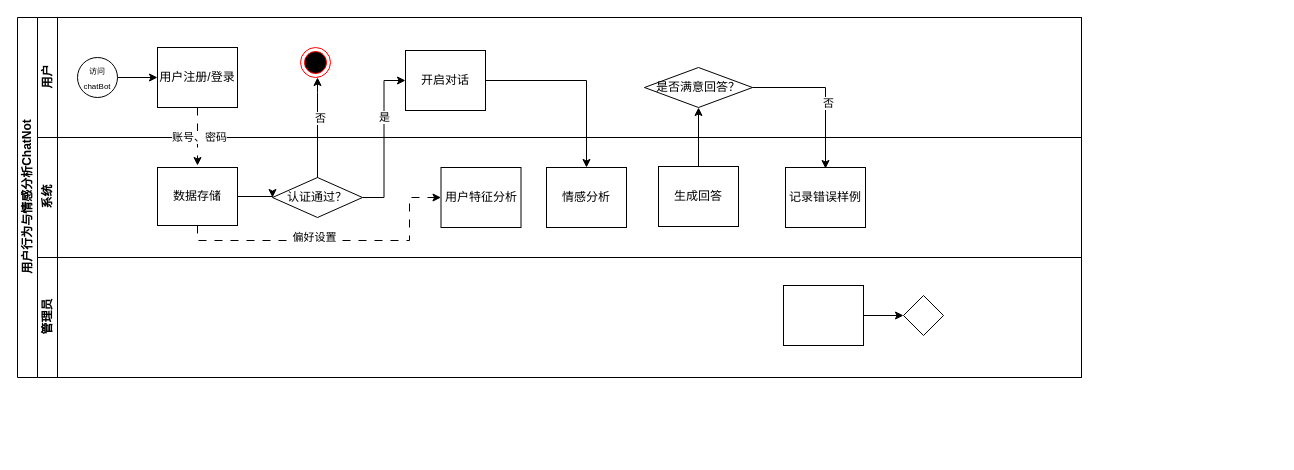
Before: 未命名绘图.drawio in ndsoi/miniprograms, a draw.io diagram. Source tidied: cells renumbered, new cells numbered last; positions are measured from the earlier drawing's top-left corner, leaving out a move shared by most shapes. Both pictures are drawn from the tidied source at 100%, with x=0, y=0 at pixel (17, 17).
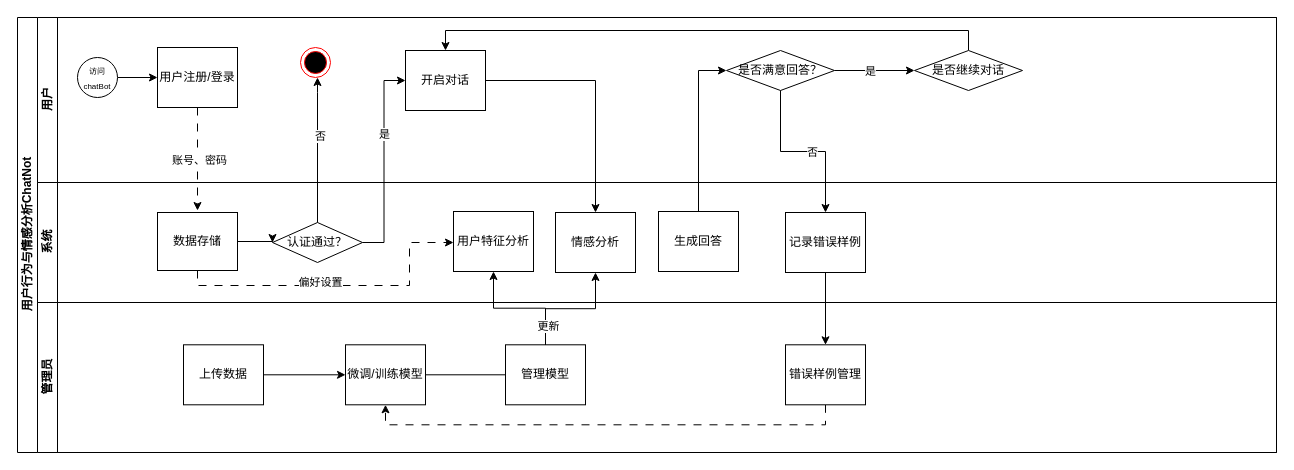
The same page after the edit.

Unchanged cells that the change refers to:
```xml
<mxCell id="7" value="开启对话" style="rounded=0;whiteSpace=wrap;html=1;fontFamily=Helvetica;fontSize=12;fontColor=#000000;align=center;" parent="3" vertex="1">
  <mxGeometry x="368" y="33" width="80" height="60" as="geometry" />
</mxCell>
<mxCell id="20" value="生成回答" style="rounded=0;whiteSpace=wrap;html=1;fontFamily=Helvetica;fontSize=12;fontColor=#000000;align=center;" parent="10" vertex="1">
  <mxGeometry x="621" y="29" width="80" height="60" as="geometry" />
</mxCell>
<mxCell id="21" value="记录错误样例" style="rounded=0;whiteSpace=wrap;html=1;fontFamily=Helvetica;fontSize=12;fontColor=#000000;align=center;" parent="10" vertex="1">
  <mxGeometry x="748" y="30" width="80" height="60" as="geometry" />
</mxCell>
```

Diff of the diagram source:
```diff
@@
     <mxCell id="2" value="用户行为与情感分析ChatNot" style="swimlane;html=1;horizontal=0;startSize=20;" parent="1" vertex="1">
-      <mxGeometry width="1064" height="360" as="geometry" />
+      <mxGeometry width="1259" height="435" as="geometry" />
     </mxCell>
     <mxCell id="3" value="用户" style="swimlane;html=1;startSize=20;horizontal=0;" parent="2" vertex="1">
-      <mxGeometry x="20" width="1044" height="120" as="geometry" />
+      <mxGeometry x="20" width="1239" height="165" as="geometry" />
     </mxCell>
@@
+    <mxCell id="34" style="edgeStyle=orthogonalEdgeStyle;rounded=0;jettySize=auto;html=1;" parent="3" edge="1" source="9" target="37">
+      <mxGeometry relative="1" as="geometry" />
+    </mxCell>
+    <mxCell id="35" value="是" style="edgeLabel;html=1;align=center;verticalAlign=middle;" parent="34" vertex="1">
+      <mxGeometry x="-0.12" relative="1" as="geometry" />
+    </mxCell>
     <mxCell id="9" value="是否满意回答？" style="rhombus;whiteSpace=wrap;html=1;fontFamily=Helvetica;fontSize=12;fontColor=#000000;align=center;" parent="3" vertex="1">
-      <mxGeometry x="607" y="50" width="108" height="40" as="geometry" />
+      <mxGeometry x="689" y="33" width="108" height="40" as="geometry" />
     </mxCell>
+    <mxCell id="36" style="edgeStyle=orthogonalEdgeStyle;rounded=0;jettySize=auto;html=1;exitX=0.5;exitY=0;exitDx=0;exitDy=0;entryX=0.5;entryY=0;entryDx=0;entryDy=0;" parent="3" edge="1" source="37" target="7">
+      <mxGeometry relative="1" as="geometry" />
+    </mxCell>
+    <mxCell id="37" value="是否继续对话" style="rhombus;whiteSpace=wrap;html=1;fontFamily=Helvetica;fontSize=12;fontColor=#000000;align=center;" parent="3" vertex="1">
+      <mxGeometry x="877" y="33" width="108" height="40" as="geometry" />
+    </mxCell>
     <mxCell id="10" value="系统" style="swimlane;html=1;startSize=20;horizontal=0;" parent="2" vertex="1">
-      <mxGeometry x="20" y="120" width="1044" height="120" as="geometry" />
+      <mxGeometry x="20" y="165" width="1239" height="120" as="geometry" />
     </mxCell>
@@
     <mxCell id="18" value="用户特征分析" style="rounded=0;whiteSpace=wrap;html=1;fontFamily=Helvetica;fontSize=12;fontColor=#000000;align=center;" parent="10" vertex="1">
-      <mxGeometry x="403.5" y="30" width="80" height="60" as="geometry" />
+      <mxGeometry x="416" y="29" width="80" height="60" as="geometry" />
     </mxCell>
     <mxCell id="19" value="情感分析" style="rounded=0;whiteSpace=wrap;html=1;fontFamily=Helvetica;fontSize=12;fontColor=#000000;align=center;" parent="10" vertex="1">
-      <mxGeometry x="509" y="30" width="80" height="60" as="geometry" />
+      <mxGeometry x="518" y="30" width="80" height="60" as="geometry" />
     </mxCell>
@@
     <mxCell id="22" value="管理员" style="swimlane;html=1;startSize=20;horizontal=0;" parent="2" vertex="1">
-      <mxGeometry x="20" y="240" width="1044" height="120" as="geometry" />
+      <mxGeometry x="20" y="285" width="1239" height="150" as="geometry" />
     </mxCell>
-    <mxCell id="23" style="edgeStyle=orthogonalEdgeStyle;rounded=0;jettySize=auto;html=1;endArrow=classic;endFill=1;" parent="22" edge="1" source="24" target="25">
-      <mxGeometry relative="1" as="geometry" />
-    </mxCell>
+    <mxCell id="38" style="edgeStyle=orthogonalEdgeStyle;rounded=0;jettySize=auto;html=1;entryX=0.5;entryY=1;entryDx=0;entryDy=0;dashed=1;dashPattern=8 8;" parent="22" edge="1" source="24" target="42">
+      <mxGeometry relative="1" as="geometry">
+        <Array as="points">
+          <mxPoint x="788" y="122.3" />
+          <mxPoint x="348" y="122.3" />
+        </Array>
+      </mxGeometry>
+    </mxCell>
-    <mxCell id="24" style="rounded=0;whiteSpace=wrap;html=1;fontFamily=Helvetica;fontSize=12;fontColor=#000000;align=center;" parent="22" vertex="1">
-      <mxGeometry x="746" y="28" width="80" height="60" as="geometry" />
+    <mxCell id="24" value="错误样例管理" style="rounded=0;whiteSpace=wrap;html=1;fontFamily=Helvetica;fontSize=12;fontColor=#000000;align=center;" parent="22" vertex="1">
+      <mxGeometry x="748" y="42.3" width="80" height="60" as="geometry" />
     </mxCell>
-    <mxCell id="25" style="rhombus;whiteSpace=wrap;html=1;fontFamily=Helvetica;fontSize=12;fontColor=#000000;align=center;" parent="22" vertex="1">
-      <mxGeometry x="866" y="38" width="40" height="40" as="geometry" />
-    </mxCell>
+    <mxCell id="39" style="edgeStyle=orthogonalEdgeStyle;rounded=0;jettySize=auto;html=1;" parent="22" edge="1" source="40" target="42">
+      <mxGeometry relative="1" as="geometry" />
+    </mxCell>
+    <mxCell id="40" value="上传数据" style="rounded=0;whiteSpace=wrap;html=1;fontFamily=Helvetica;fontSize=12;fontColor=#000000;align=center;" parent="22" vertex="1">
+      <mxGeometry x="146" y="42.3" width="80" height="60" as="geometry" />
+    </mxCell>
+    <mxCell id="41" style="edgeStyle=orthogonalEdgeStyle;rounded=0;jettySize=auto;html=1;endArrow=none;endFill=0;" parent="22" edge="1" source="42" target="43">
+      <mxGeometry relative="1" as="geometry" />
+    </mxCell>
+    <mxCell id="42" value="微调/训练模型" style="rounded=0;whiteSpace=wrap;html=1;fontFamily=Helvetica;fontSize=12;fontColor=#000000;align=center;" parent="22" vertex="1">
+      <mxGeometry x="308" y="42.3" width="80" height="60" as="geometry" />
+    </mxCell>
+    <mxCell id="43" value="管理模型" style="rounded=0;whiteSpace=wrap;html=1;fontFamily=Helvetica;fontSize=12;fontColor=#000000;align=center;" parent="22" vertex="1">
+      <mxGeometry x="468" y="42.3" width="80" height="60" as="geometry" />
+    </mxCell>
@@
+    <mxCell id="44" style="edgeStyle=orthogonalEdgeStyle;rounded=0;jettySize=auto;html=1;exitX=0.5;exitY=1;exitDx=0;exitDy=0;" parent="2" edge="1" source="21" target="24">
+      <mxGeometry relative="1" as="geometry" />
+    </mxCell>
+    <mxCell id="45" style="edgeStyle=orthogonalEdgeStyle;rounded=0;jettySize=auto;html=1;exitX=0.5;exitY=0;exitDx=0;exitDy=0;entryX=0.5;entryY=1;entryDx=0;entryDy=0;" parent="2" edge="1" source="43" target="18">
+      <mxGeometry relative="1" as="geometry" />
+    </mxCell>
+    <mxCell id="46" style="edgeStyle=orthogonalEdgeStyle;rounded=0;jettySize=auto;html=1;exitX=0.5;exitY=0;exitDx=0;exitDy=0;entryX=0.5;entryY=1;entryDx=0;entryDy=0;" parent="2" edge="1" source="43" target="19">
+      <mxGeometry relative="1" as="geometry" />
+    </mxCell>
+    <mxCell id="47" value="更新" style="edgeLabel;html=1;align=center;verticalAlign=middle;" parent="46" vertex="1">
+      <mxGeometry x="-0.68" y="-2" relative="1" as="geometry">
+        <mxPoint y="1" as="offset" />
+      </mxGeometry>
+    </mxCell>
-    <mxCell id="31" style="edgeStyle=orthogonalEdgeStyle;rounded=0;jettySize=auto;html=1;exitX=0.5;exitY=0;exitDx=0;exitDy=0;entryX=0.5;entryY=1;entryDx=0;entryDy=0;" parent="2" edge="1" source="20" target="9">
+    <mxCell id="31" style="edgeStyle=orthogonalEdgeStyle;rounded=0;jettySize=auto;html=1;exitX=0.5;exitY=0;exitDx=0;exitDy=0;entryX=0;entryY=0.5;entryDx=0;entryDy=0;" parent="2" edge="1" source="20" target="9">
       <mxGeometry relative="1" as="geometry" />
     </mxCell>
-    <mxCell id="32" style="edgeStyle=orthogonalEdgeStyle;rounded=0;jettySize=auto;html=1;entryX=0.5;entryY=0.017;entryDx=0;entryDy=0;entryPerimeter=0;" parent="2" edge="1" source="9" target="21">
+    <mxCell id="32" style="edgeStyle=orthogonalEdgeStyle;rounded=0;jettySize=auto;html=1;exitX=0.5;exitY=1;exitDx=0;exitDy=0;entryX=0.5;entryY=0;entryDx=0;entryDy=0;" parent="2" edge="1" source="9" target="21">
       <mxGeometry relative="1" as="geometry" />
     </mxCell>
     <mxCell id="33" value="否" style="edgeLabel;html=1;align=center;verticalAlign=middle;" parent="32" vertex="1">
-      <mxGeometry x="0.14" y="2" relative="1" as="geometry" />
+      <mxGeometry x="0.11" relative="1" as="geometry">
+        <mxPoint x="-1" as="offset" />
+      </mxGeometry>
     </mxCell>
```
